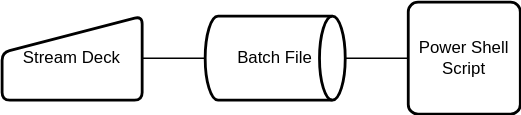
The draw.io diagram CallingPowerShell.drawio.svg in blueal/Stream-Deck-Scripts, before a commit. Source tidied: cells renumbered, new cells last; positions are measured from the earlier drawing's top-left corner, leaving out a move shared by most shapes.
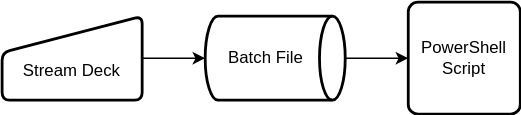
The same file after the commit.

The edit, as a diff of the source:
```diff
@@ -2,20 +2,20 @@
   <root>
     <mxCell id="0" />
     <mxCell id="1" parent="0" />
+    <mxCell id="3" style="edgeStyle=orthogonalEdgeStyle;rounded=0;jettySize=auto;html=1;" parent="1" edge="1" source="2" target="4">
+      <mxGeometry relative="1" as="geometry" />
+    </mxCell>
-    <mxCell id="2" value="Stream Deck" style="html=1;strokeWidth=2;shape=manualInput;whiteSpace=wrap;rounded=1;size=26;arcSize=11;" parent="1" vertex="1">
+    <mxCell id="2" value="&lt;font style=&quot;font-size: 12px&quot;&gt;Stream Deck&lt;/font&gt;" style="html=1;strokeWidth=2;shape=manualInput;whiteSpace=wrap;rounded=1;size=26;arcSize=11;spacingTop=18;" parent="1" vertex="1">
       <mxGeometry y="10" width="100" height="60" as="geometry" />
     </mxCell>
-    <mxCell id="3" style="endArrow=none;html=1;exitX=1;exitY=0.5;exitDx=0;exitDy=0;entryX=0;entryY=0.5;entryDx=0;entryDy=0;entryPerimeter=0;" parent="1" edge="1" source="2" target="4">
-      <mxGeometry relative="1" as="geometry" />
-    </mxCell>
+    <mxCell id="6" style="edgeStyle=orthogonalEdgeStyle;rounded=0;jettySize=auto;html=1;" parent="1" edge="1" source="4" target="5">
+      <mxGeometry relative="1" as="geometry" />
+    </mxCell>
-    <mxCell id="4" value="Batch File" style="strokeWidth=2;html=1;shape=mxgraph.flowchart.direct_data;whiteSpace=wrap;" parent="1" vertex="1">
+    <mxCell id="4" value="Batch File" style="strokeWidth=2;html=1;shape=mxgraph.flowchart.direct_data;whiteSpace=wrap;align=center;spacingRight=13;" parent="1" vertex="1">
       <mxGeometry x="145" y="10" width="100" height="60" as="geometry" />
     </mxCell>
-    <mxCell id="5" value="Power Shell Script" style="rounded=1;whiteSpace=wrap;html=1;absoluteArcSize=1;arcSize=14;strokeWidth=2;" parent="1" vertex="1">
+    <mxCell id="5" value="PowerShell Script" style="rounded=1;whiteSpace=wrap;html=1;absoluteArcSize=1;arcSize=14;strokeWidth=2;" parent="1" vertex="1">
       <mxGeometry x="290" width="80" height="80" as="geometry" />
     </mxCell>
-    <mxCell id="6" style="endArrow=none;html=1;entryX=0;entryY=0.5;entryDx=0;entryDy=0;exitX=1;exitY=0.5;exitDx=0;exitDy=0;exitPerimeter=0;" parent="1" edge="1" source="4" target="5">
-      <mxGeometry relative="1" as="geometry" />
-    </mxCell>
   </root>
 </mxGraphModel>
```
